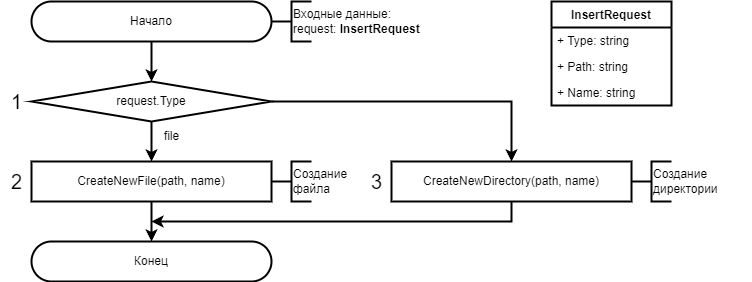
Before: images/algorithm/storage/algorithm-storage-insert-handler.drawio.png, a diagram exported from draw.io (necroin/vss-docs). Source tidied: cells renumbered, new cells last; positions are measured from the earlier drawing's top-left corner, leaving out a move shared by most shapes. The source it was exported from:
```xml
<mxGraphModel>
  <root>
    <mxCell id="0" />
    <mxCell id="1" parent="0" />
    <mxCell id="2" value="Начало" style="rounded=1;whiteSpace=wrap;html=1;arcSize=50;strokeWidth=2;" parent="1" vertex="1">
      <mxGeometry x="30" width="240" height="40" as="geometry" />
    </mxCell>
    <mxCell id="3" style="strokeWidth=2;html=1;shape=mxgraph.flowchart.annotation_2;align=left;labelPosition=right;" parent="1" vertex="1">
      <mxGeometry x="270" width="40" height="40" as="geometry" />
    </mxCell>
    <mxCell id="4" value="Входные данные: &lt;br&gt;request: &lt;b&gt;InsertRequest&lt;/b&gt;" style="rounded=0;whiteSpace=wrap;html=1;strokeColor=none;fillColor=none;strokeWidth=2;align=left;" parent="1" vertex="1">
      <mxGeometry x="290" width="140" height="40" as="geometry" />
    </mxCell>
    <mxCell id="5" value="InsertRequest" style="swimlane;fontStyle=1;horizontal=1;startSize=26;fillColor=none;strokeColor=default;strokeWidth=2;" parent="1" vertex="1">
      <mxGeometry x="550" width="120" height="104" as="geometry" />
    </mxCell>
    <mxCell id="6" value="+ Type: string" style="text;strokeColor=none;fillColor=none;align=left;verticalAlign=top;spacingLeft=4;spacingRight=4;overflow=hidden;strokeWidth=2;" parent="5" vertex="1">
      <mxGeometry y="26" width="120" height="26" as="geometry" />
    </mxCell>
    <mxCell id="7" value="+ Path: string" style="text;strokeColor=none;fillColor=none;align=left;verticalAlign=top;spacingLeft=4;spacingRight=4;overflow=hidden;strokeWidth=2;" parent="5" vertex="1">
      <mxGeometry y="52" width="120" height="26" as="geometry" />
    </mxCell>
    <mxCell id="8" value="+ Name: string" style="text;strokeColor=none;fillColor=none;align=left;verticalAlign=top;spacingLeft=4;spacingRight=4;overflow=hidden;strokeWidth=2;" parent="5" vertex="1">
      <mxGeometry y="78" width="120" height="26" as="geometry" />
    </mxCell>
    <mxCell id="9" value="request.Type" style="rhombus;whiteSpace=wrap;html=1;strokeWidth=2;" parent="1" vertex="1">
      <mxGeometry x="30" y="80" width="240" height="40" as="geometry" />
    </mxCell>
    <mxCell id="10" style="endArrow=classic;html=1;rounded=0;strokeWidth=2;exitX=0.5;exitY=1;exitDx=0;exitDy=0;entryX=0.5;entryY=0;entryDx=0;entryDy=0;" parent="1" edge="1" source="9" target="11">
      <mxGeometry relative="1" as="geometry" />
    </mxCell>
    <mxCell id="11" value="CreateNewFile(path, name)" style="rounded=0;whiteSpace=wrap;html=1;strokeWidth=2;" parent="1" vertex="1">
      <mxGeometry x="30" y="160" width="240" height="40" as="geometry" />
    </mxCell>
    <mxCell id="12" value="file" style="text;html=1;align=center;verticalAlign=middle;strokeColor=none;fillColor=none;strokeWidth=2;" parent="1" vertex="1">
      <mxGeometry x="150" y="120" width="40" height="30" as="geometry" />
    </mxCell>
    <mxCell id="13" value="CreateNewDirectory(path, name)" style="rounded=0;whiteSpace=wrap;html=1;strokeWidth=2;" parent="1" vertex="1">
      <mxGeometry x="390" y="160" width="240" height="40" as="geometry" />
    </mxCell>
    <mxCell id="14" style="endArrow=classic;html=1;rounded=0;strokeWidth=2;exitX=1;exitY=0.5;exitDx=0;exitDy=0;entryX=0.5;entryY=0;entryDx=0;entryDy=0;edgeStyle=orthogonalEdgeStyle;" parent="1" edge="1" source="9" target="13">
      <mxGeometry relative="1" as="geometry" />
    </mxCell>
    <mxCell id="15" style="endArrow=classic;html=1;rounded=0;strokeWidth=2;exitX=0.5;exitY=1;exitDx=0;exitDy=0;entryX=0.5;entryY=0;entryDx=0;entryDy=0;" parent="1" edge="1" source="2" target="9">
      <mxGeometry relative="1" as="geometry" />
    </mxCell>
    <mxCell id="16" value="Конец" style="rounded=1;whiteSpace=wrap;html=1;arcSize=50;strokeWidth=2;" parent="1" vertex="1">
      <mxGeometry x="30" y="240" width="240" height="40" as="geometry" />
    </mxCell>
    <mxCell id="17" style="endArrow=classic;html=1;rounded=0;strokeWidth=2;exitX=0.5;exitY=1;exitDx=0;exitDy=0;entryX=0.5;entryY=0;entryDx=0;entryDy=0;" parent="1" edge="1" source="11" target="16">
      <mxGeometry relative="1" as="geometry">
        <Array as="points">
          <mxPoint x="150" y="220" />
        </Array>
      </mxGeometry>
    </mxCell>
    <mxCell id="18" style="endArrow=classic;html=1;rounded=0;strokeWidth=2;exitX=0.5;exitY=1;exitDx=0;exitDy=0;edgeStyle=orthogonalEdgeStyle;" parent="1" edge="1" source="13">
      <mxGeometry relative="1" as="geometry">
        <mxPoint x="150" y="220" as="targetPoint" />
        <Array as="points">
          <mxPoint x="510" y="220" />
        </Array>
      </mxGeometry>
    </mxCell>
    <mxCell id="19" value="1" style="text;html=1;align=center;verticalAlign=middle;strokeColor=none;fillColor=none;fontSize=20;strokeWidth=2;" parent="1" vertex="1">
      <mxGeometry y="80" width="30" height="40" as="geometry" />
    </mxCell>
    <mxCell id="20" value="2" style="text;html=1;align=center;verticalAlign=middle;strokeColor=none;fillColor=none;fontSize=20;strokeWidth=2;" parent="1" vertex="1">
      <mxGeometry y="160" width="30" height="40" as="geometry" />
    </mxCell>
    <mxCell id="21" value="3" style="text;html=1;align=center;verticalAlign=middle;strokeColor=none;fillColor=none;fontSize=20;strokeWidth=2;" parent="1" vertex="1">
      <mxGeometry x="360" y="160" width="30" height="40" as="geometry" />
    </mxCell>
    <mxCell id="22" style="strokeWidth=2;html=1;shape=mxgraph.flowchart.annotation_2;align=left;labelPosition=right;" parent="1" vertex="1">
      <mxGeometry x="270" y="160" width="40" height="40" as="geometry" />
    </mxCell>
    <mxCell id="23" value="Создание файла" style="rounded=0;whiteSpace=wrap;html=1;strokeColor=none;fillColor=none;strokeWidth=2;align=left;" parent="1" vertex="1">
      <mxGeometry x="290" y="160" width="60" height="40" as="geometry" />
    </mxCell>
    <mxCell id="24" style="strokeWidth=2;html=1;shape=mxgraph.flowchart.annotation_2;align=left;labelPosition=right;" parent="1" vertex="1">
      <mxGeometry x="630" y="160" width="40" height="40" as="geometry" />
    </mxCell>
    <mxCell id="25" value="Создание директории" style="rounded=0;whiteSpace=wrap;html=1;strokeColor=none;fillColor=none;strokeWidth=2;align=left;" parent="1" vertex="1">
      <mxGeometry x="650" y="160" width="100" height="40" as="geometry" />
    </mxCell>
  </root>
</mxGraphModel>
```
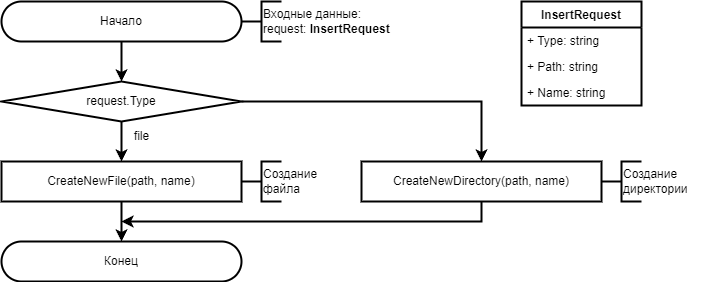
Later version of the same file.

Diff of the diagram source:
```diff
@@ -62,15 +62,6 @@
         </Array>
       </mxGeometry>
     </mxCell>
-    <mxCell id="19" value="1" style="text;html=1;align=center;verticalAlign=middle;strokeColor=none;fillColor=none;fontSize=20;strokeWidth=2;" parent="1" vertex="1">
-      <mxGeometry y="80" width="30" height="40" as="geometry" />
-    </mxCell>
-    <mxCell id="20" value="2" style="text;html=1;align=center;verticalAlign=middle;strokeColor=none;fillColor=none;fontSize=20;strokeWidth=2;" parent="1" vertex="1">
-      <mxGeometry y="160" width="30" height="40" as="geometry" />
-    </mxCell>
-    <mxCell id="21" value="3" style="text;html=1;align=center;verticalAlign=middle;strokeColor=none;fillColor=none;fontSize=20;strokeWidth=2;" parent="1" vertex="1">
-      <mxGeometry x="360" y="160" width="30" height="40" as="geometry" />
-    </mxCell>
     <mxCell id="22" style="strokeWidth=2;html=1;shape=mxgraph.flowchart.annotation_2;align=left;labelPosition=right;" parent="1" vertex="1">
       <mxGeometry x="270" y="160" width="40" height="40" as="geometry" />
     </mxCell>
```
